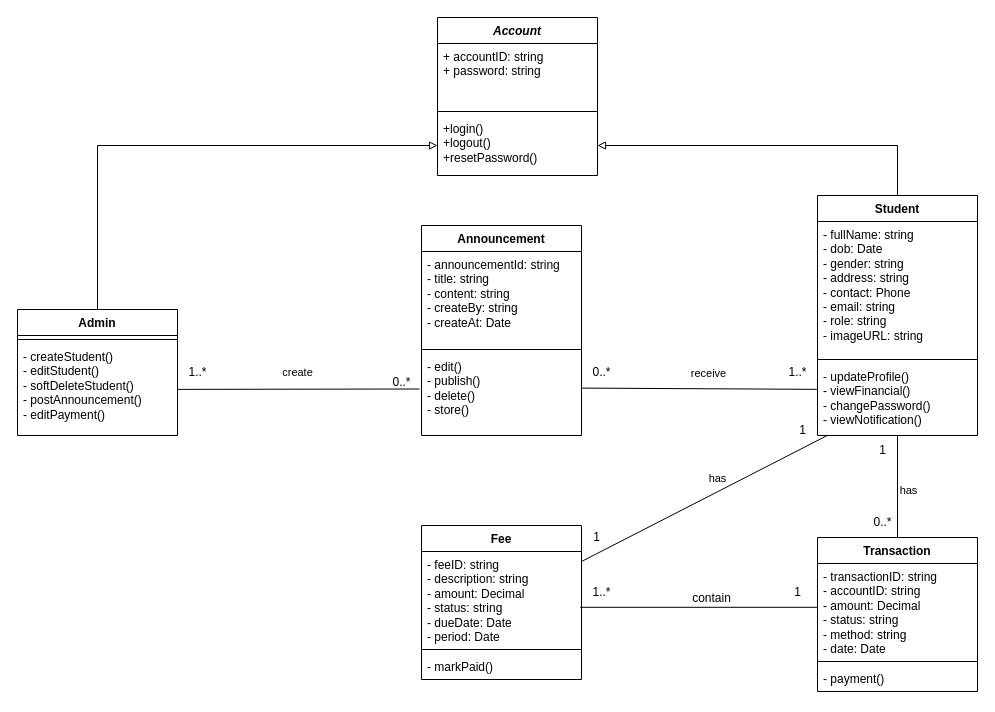
The draw.io diagram documents/Class-Diagram.drawio in zombieTDV/Student-Management-System, before the edit. Source tidied: cells renumbered, new cells numbered last; positions are measured from the earlier drawing's top-left corner, leaving out a move shared by most shapes. Both pictures are drawn from the tidied source at 100%, with x=0, y=0 at pixel (17, 17).
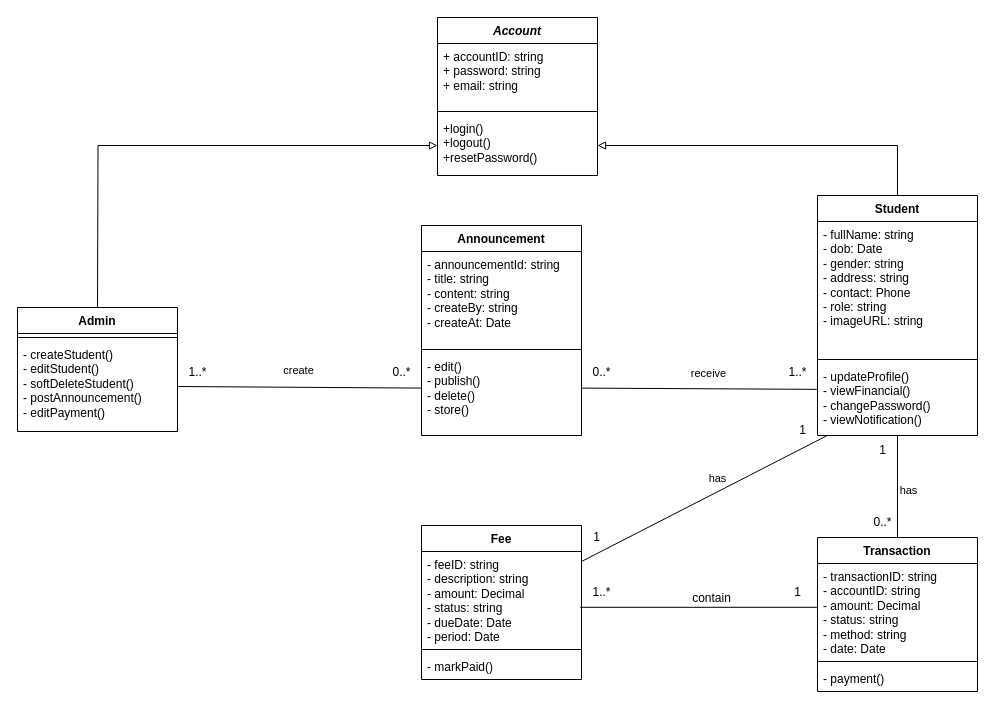
The same diagram, later.

Commit message:
-Account required email now.

The change refers to these unchanged cells:
```xml
<mxCell id="2" value="&lt;i&gt;Account&lt;/i&gt;" style="swimlane;fontStyle=1;align=center;verticalAlign=top;horizontal=1;startSize=26;whiteSpace=wrap;html=1;" parent="1" vertex="1">
  <mxGeometry x="420" width="160" height="158" as="geometry" />
</mxCell>
<mxCell id="5" value="+login()&lt;div&gt;+logout()&lt;/div&gt;&lt;div&gt;+resetPassword()&lt;/div&gt;" style="text;strokeColor=none;fillColor=none;align=left;verticalAlign=top;spacingLeft=4;spacingRight=4;overflow=hidden;points=[[0,0.5],[1,0.5]];portConstraint=eastwest;whiteSpace=wrap;html=1;" parent="2" vertex="1">
  <mxGeometry y="98" width="160" height="60" as="geometry" />
</mxCell>
<mxCell id="11" value="Student" style="swimlane;fontStyle=1;align=center;verticalAlign=top;horizontal=1;startSize=26;whiteSpace=wrap;html=1;" parent="1" vertex="1">
  <mxGeometry x="800" y="178" width="160" height="240" as="geometry" />
</mxCell>
<mxCell id="18" value="- edit()&lt;div&gt;- publish()&lt;/div&gt;&lt;div&gt;- delete()&lt;/div&gt;&lt;div&gt;- store()&lt;/div&gt;" style="text;strokeColor=none;fillColor=none;align=left;verticalAlign=top;spacingLeft=4;spacingRight=4;overflow=hidden;points=[[0,0.5],[1,0.5]];portConstraint=eastwest;whiteSpace=wrap;html=1;" parent="15" vertex="1">
  <mxGeometry y="128" width="160" height="82" as="geometry" />
</mxCell>
```

Diff of the diagram source:
```diff
@@
-    <mxCell id="3" value="+ accountID: string&lt;div&gt;+ password: string&lt;/div&gt;" style="text;strokeColor=none;fillColor=none;align=left;verticalAlign=top;spacingLeft=4;spacingRight=4;overflow=hidden;whiteSpace=wrap;html=1;" parent="2" vertex="1">
+    <mxCell id="3" value="+ accountID: string&lt;div&gt;+ password: string&lt;/div&gt;&lt;div&gt;+ email: string&lt;/div&gt;" style="text;strokeColor=none;fillColor=none;align=left;verticalAlign=top;spacingLeft=4;spacingRight=4;overflow=hidden;whiteSpace=wrap;html=1;" parent="2" vertex="1">
       <mxGeometry y="26" width="160" height="64" as="geometry" />
     </mxCell>
@@
-    <mxCell id="6" style="edgeStyle=orthogonalEdgeStyle;rounded=0;jettySize=auto;html=1;entryX=0;entryY=0.5;entryDx=0;entryDy=0;endArrow=block;endFill=0;" parent="1" edge="1" source="7" target="5">
-      <mxGeometry relative="1" as="geometry" />
+    <mxCell id="6" style="edgeStyle=orthogonalEdgeStyle;rounded=0;jettySize=auto;html=1;entryX=0;entryY=0.5;entryDx=0;entryDy=0;endArrow=block;endFill=0;" parent="1" edge="1" target="5">
+      <mxGeometry relative="1" as="geometry">
+        <mxPoint x="80" y="292" as="sourcePoint" />
+      </mxGeometry>
     </mxCell>
-    <mxCell id="7" value="Admin" style="swimlane;fontStyle=1;align=center;verticalAlign=top;horizontal=1;startSize=26;whiteSpace=wrap;html=1;" parent="1" vertex="1">
-      <mxGeometry y="292" width="160" height="126" as="geometry" />
-    </mxCell>
-    <mxCell id="8" style="line;strokeWidth=1;fillColor=none;align=left;verticalAlign=middle;spacingTop=-1;spacingLeft=3;spacingRight=3;labelPosition=right;strokeColor=inherit;" parent="7" vertex="1">
-      <mxGeometry y="26" width="160" height="8" as="geometry" />
-    </mxCell>
-    <mxCell id="9" value="- createStudent()&lt;div&gt;- editStudent()&lt;/div&gt;&lt;div&gt;- softDeleteStudent()&lt;/div&gt;&lt;div&gt;- postAnnouncement()&lt;/div&gt;&lt;div&gt;- editPayment()&lt;/div&gt;" style="text;strokeColor=none;fillColor=none;align=left;verticalAlign=top;spacingLeft=4;spacingRight=4;overflow=hidden;points=[[0,0.5],[1,0.5]];portConstraint=eastwest;whiteSpace=wrap;html=1;" parent="7" vertex="1">
-      <mxGeometry y="34" width="160" height="92" as="geometry" />
-    </mxCell>
@@
-    <mxCell id="12" value="&lt;div&gt;- fullName: string&lt;/div&gt;&lt;div&gt;- dob: Date&lt;/div&gt;&lt;div&gt;- gender: string&lt;/div&gt;&lt;div&gt;- address: string&lt;/div&gt;&lt;div&gt;- contact: Phone&lt;/div&gt;&lt;div&gt;- email: string&lt;/div&gt;&lt;div&gt;- role: string&lt;/div&gt;&lt;div&gt;- imageURL: string&lt;/div&gt;" style="text;strokeColor=none;fillColor=none;align=left;verticalAlign=top;spacingLeft=4;spacingRight=4;overflow=hidden;whiteSpace=wrap;html=1;" parent="11" vertex="1">
+    <mxCell id="12" value="&lt;div&gt;- fullName: string&lt;/div&gt;&lt;div&gt;- dob: Date&lt;/div&gt;&lt;div&gt;- gender: string&lt;/div&gt;&lt;div&gt;- address: string&lt;/div&gt;&lt;div&gt;- contact: Phone&lt;/div&gt;&lt;div&gt;- role: string&lt;/div&gt;&lt;div&gt;- imageURL: string&lt;/div&gt;" style="text;strokeColor=none;fillColor=none;align=left;verticalAlign=top;spacingLeft=4;spacingRight=4;overflow=hidden;whiteSpace=wrap;html=1;" parent="11" vertex="1">
       <mxGeometry y="26" width="160" height="134" as="geometry" />
     </mxCell>
@@
-    <mxCell id="19" style="endArrow=none;html=1;rounded=0;endFill=0;exitX=-0.012;exitY=0.433;exitDx=0;exitDy=0;exitPerimeter=0;" parent="1" edge="1" source="18" target="9">
+    <mxCell id="19" style="endArrow=none;html=1;rounded=0;endFill=0;exitX=0.002;exitY=0.422;exitDx=0;exitDy=0;exitPerimeter=0;entryX=1;entryY=0.5;entryDx=0;entryDy=0;" parent="1" edge="1" source="18" target="9">
       <mxGeometry relative="1" as="geometry" />
     </mxCell>
@@
     <mxCell id="22" value="0..*" style="text;html=1;align=center;verticalAlign=middle;strokeColor=none;fillColor=none;" parent="1" vertex="1">
-      <mxGeometry x="364" y="350" width="40" height="30" as="geometry" />
+      <mxGeometry x="364" y="340" width="40" height="30" as="geometry" />
     </mxCell>
@@
+    <mxCell id="7" value="Admin" style="swimlane;fontStyle=1;align=center;verticalAlign=top;horizontal=1;startSize=26;whiteSpace=wrap;html=1;" parent="1" vertex="1">
+      <mxGeometry y="290" width="160" height="124" as="geometry" />
+    </mxCell>
+    <mxCell id="8" style="line;strokeWidth=1;fillColor=none;align=left;verticalAlign=middle;spacingTop=-1;spacingLeft=3;spacingRight=3;labelPosition=right;strokeColor=inherit;" parent="7" vertex="1">
+      <mxGeometry y="26" width="160" height="8" as="geometry" />
+    </mxCell>
+    <mxCell id="9" value="- createStudent()&lt;div&gt;- editStudent()&lt;/div&gt;&lt;div&gt;- softDeleteStudent()&lt;/div&gt;&lt;div&gt;- postAnnouncement()&lt;/div&gt;&lt;div&gt;- editPayment()&lt;/div&gt;" style="text;strokeColor=none;fillColor=none;align=left;verticalAlign=top;spacingLeft=4;spacingRight=4;overflow=hidden;points=[[0,0.5],[1,0.5]];portConstraint=eastwest;whiteSpace=wrap;html=1;" parent="7" vertex="1">
+      <mxGeometry y="34" width="160" height="90" as="geometry" />
+    </mxCell>
```
